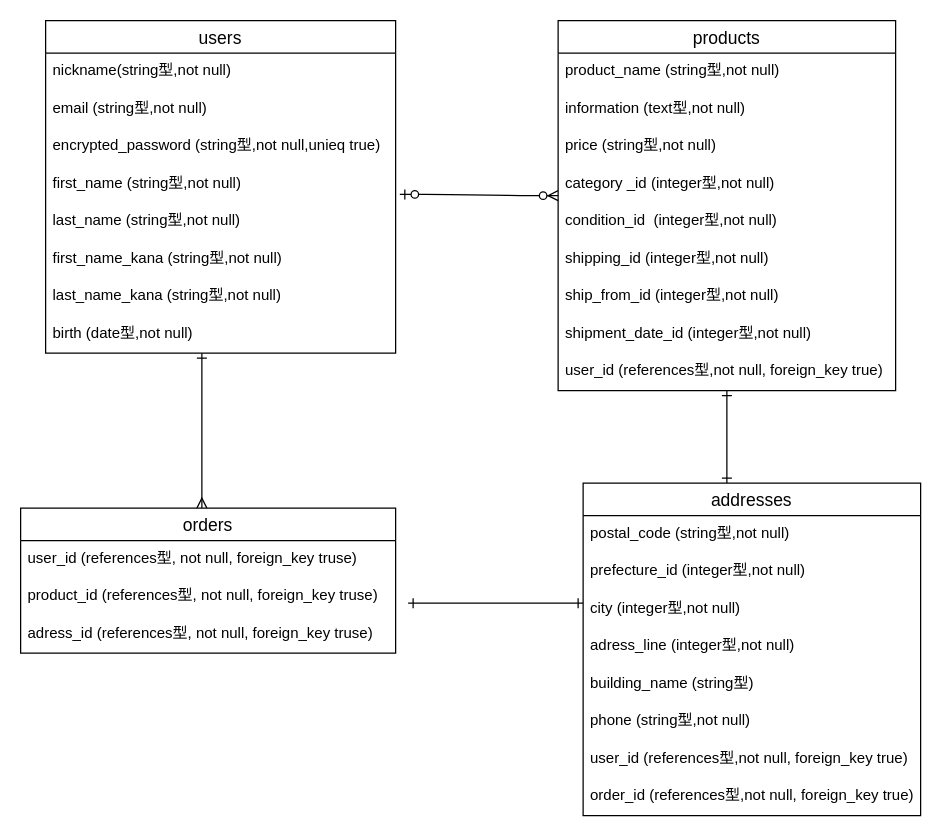
Earlier version of the draw.io diagram Er.dio (tina0729/furima-36096). Source tidied: cells renumbered, new cells numbered last; positions are measured from the earlier drawing's top-left corner, leaving out a move shared by most shapes. Both pictures are drawn from the tidied source at 125%, with x=0, y=0 at pixel (20, 20).
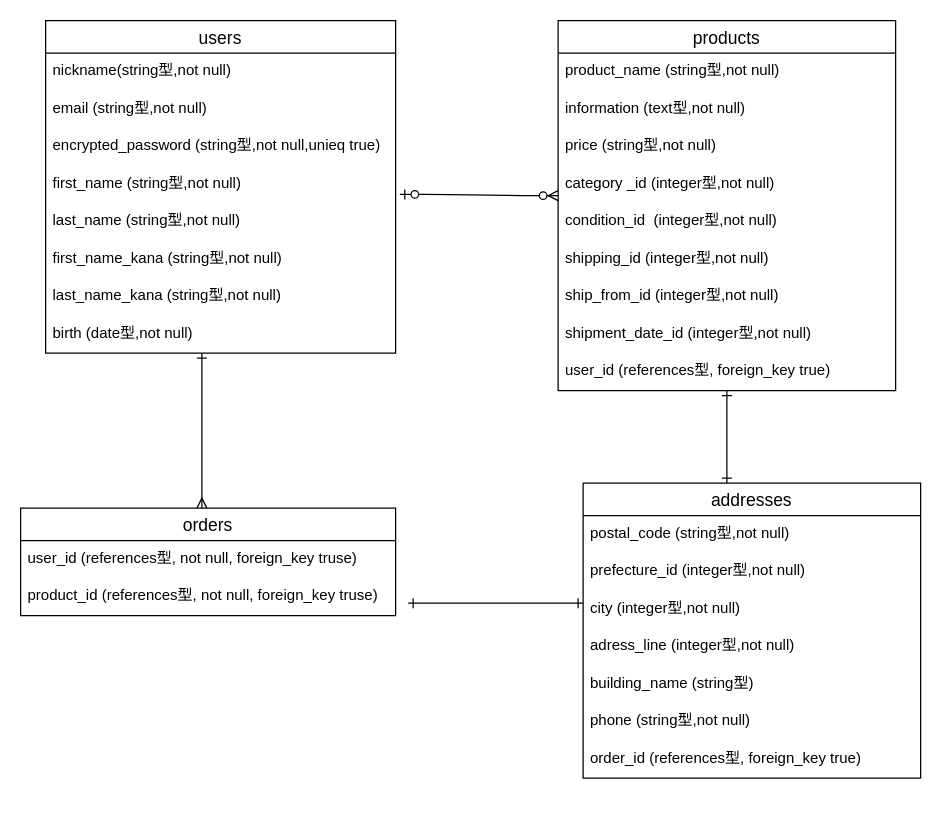
The same page after the edit.

Unchanged cells that the change refers to:
```xml
<mxCell id="17" value="products" style="swimlane;fontStyle=0;horizontal=1;startSize=26;align=center;fontSize=14;" parent="1" vertex="1">
  <mxGeometry x="430" width="270" height="296" as="geometry" />
</mxCell>
```

The edit, as a diff of the source:
```diff
@@
     <mxCell id="12" value="orders" style="swimlane;fontStyle=0;horizontal=1;startSize=26;align=center;fontSize=14;" parent="1" vertex="1">
-      <mxGeometry y="390" width="300" height="116" as="geometry" />
+      <mxGeometry y="390" width="300" height="86" as="geometry" />
     </mxCell>
@@
-    <mxCell id="15" value="adress_id (references型, not null, foreign_key truse)&#10; " style="text;strokeColor=none;fillColor=none;spacingLeft=4;spacingRight=4;overflow=hidden;fontSize=12;" parent="12" vertex="1">
-      <mxGeometry y="86" width="300" height="30" as="geometry" />
-    </mxCell>
@@
-    <mxCell id="26" value="user_id (references型,not null, foreign_key true)&#10; " style="text;strokeColor=none;fillColor=none;spacingLeft=4;spacingRight=4;overflow=hidden;fontSize=12;" parent="17" vertex="1">
+    <mxCell id="26" value="user_id (references型, foreign_key true)&#10; " style="text;strokeColor=none;fillColor=none;spacingLeft=4;spacingRight=4;overflow=hidden;fontSize=12;" parent="17" vertex="1">
       <mxGeometry y="266" width="270" height="30" as="geometry" />
     </mxCell>
     <mxCell id="27" value="addresses" style="swimlane;fontStyle=0;horizontal=1;startSize=26;align=center;fontSize=14;" parent="1" vertex="1">
-      <mxGeometry x="450" y="370" width="270" height="266" as="geometry" />
+      <mxGeometry x="450" y="370" width="270" height="236" as="geometry" />
     </mxCell>
@@
-    <mxCell id="34" value="user_id (references型,not null, foreign_key true)&#10; " style="text;strokeColor=none;fillColor=none;spacingLeft=4;spacingRight=4;overflow=hidden;fontSize=12;" parent="27" vertex="1">
-      <mxGeometry y="206" width="270" height="30" as="geometry" />
-    </mxCell>
-    <mxCell id="35" value="order_id (references型,not null, foreign_key true)&#10; " style="text;strokeColor=none;fillColor=none;spacingLeft=4;spacingRight=4;overflow=hidden;fontSize=12;" parent="27" vertex="1">
-      <mxGeometry y="236" width="270" height="30" as="geometry" />
+    <mxCell id="35" value="order_id (references型, foreign_key true)&#10; " style="text;strokeColor=none;fillColor=none;spacingLeft=4;spacingRight=4;overflow=hidden;fontSize=12;" parent="27" vertex="1">
+      <mxGeometry y="206" width="270" height="30" as="geometry" />
     </mxCell>
```
